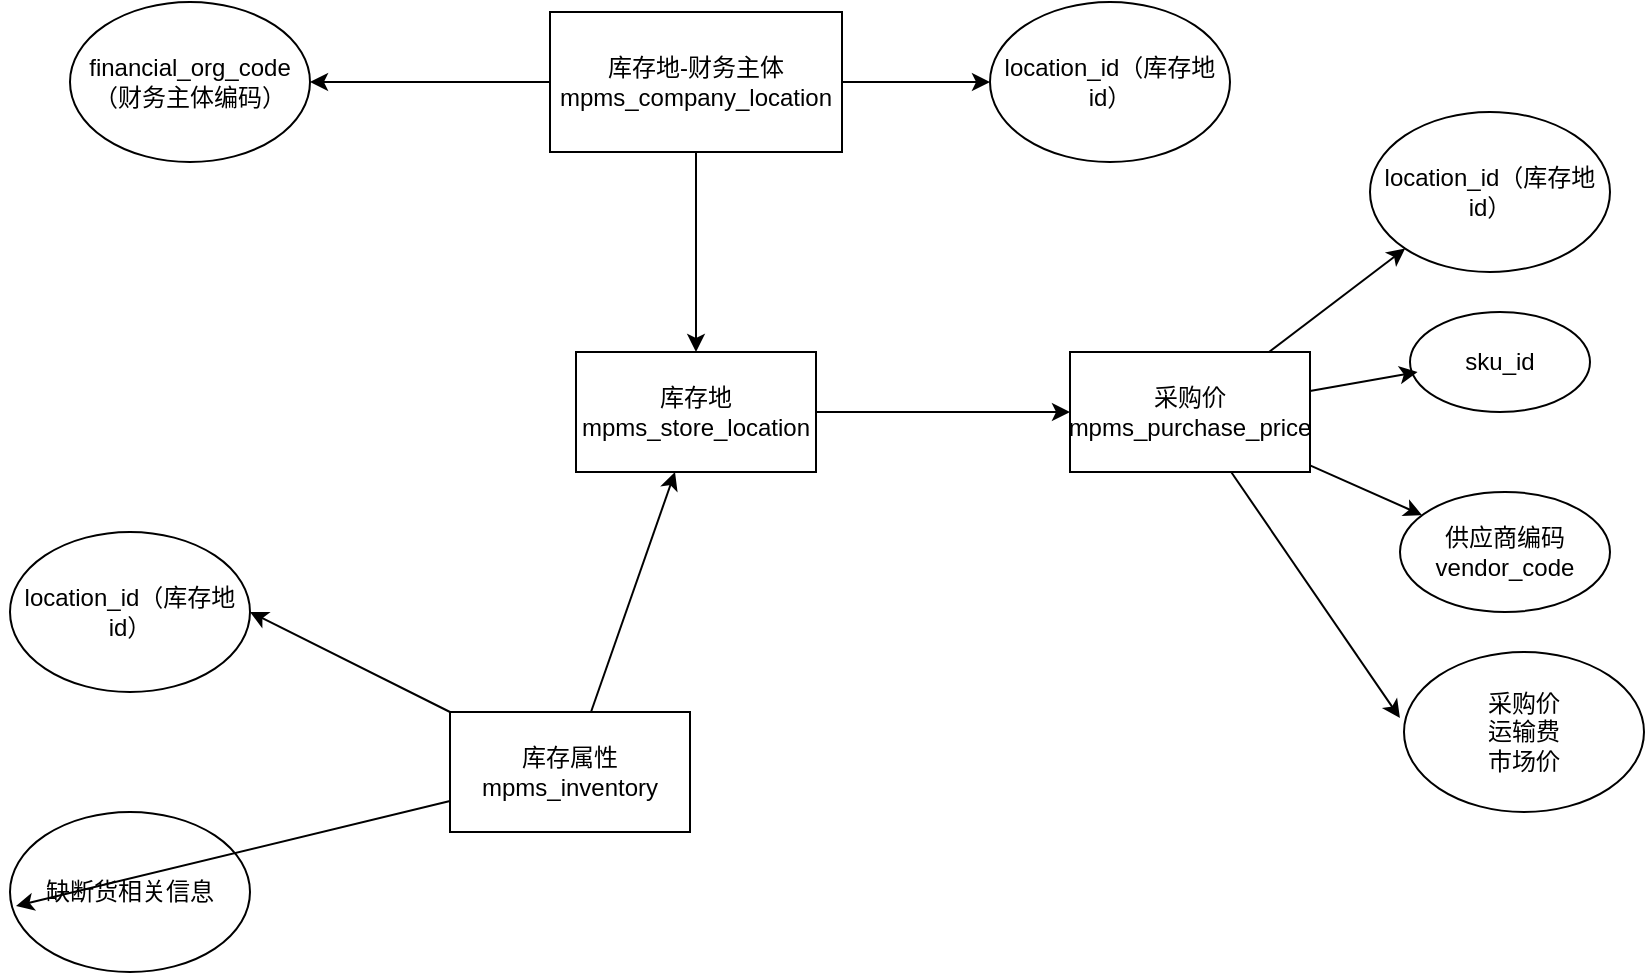
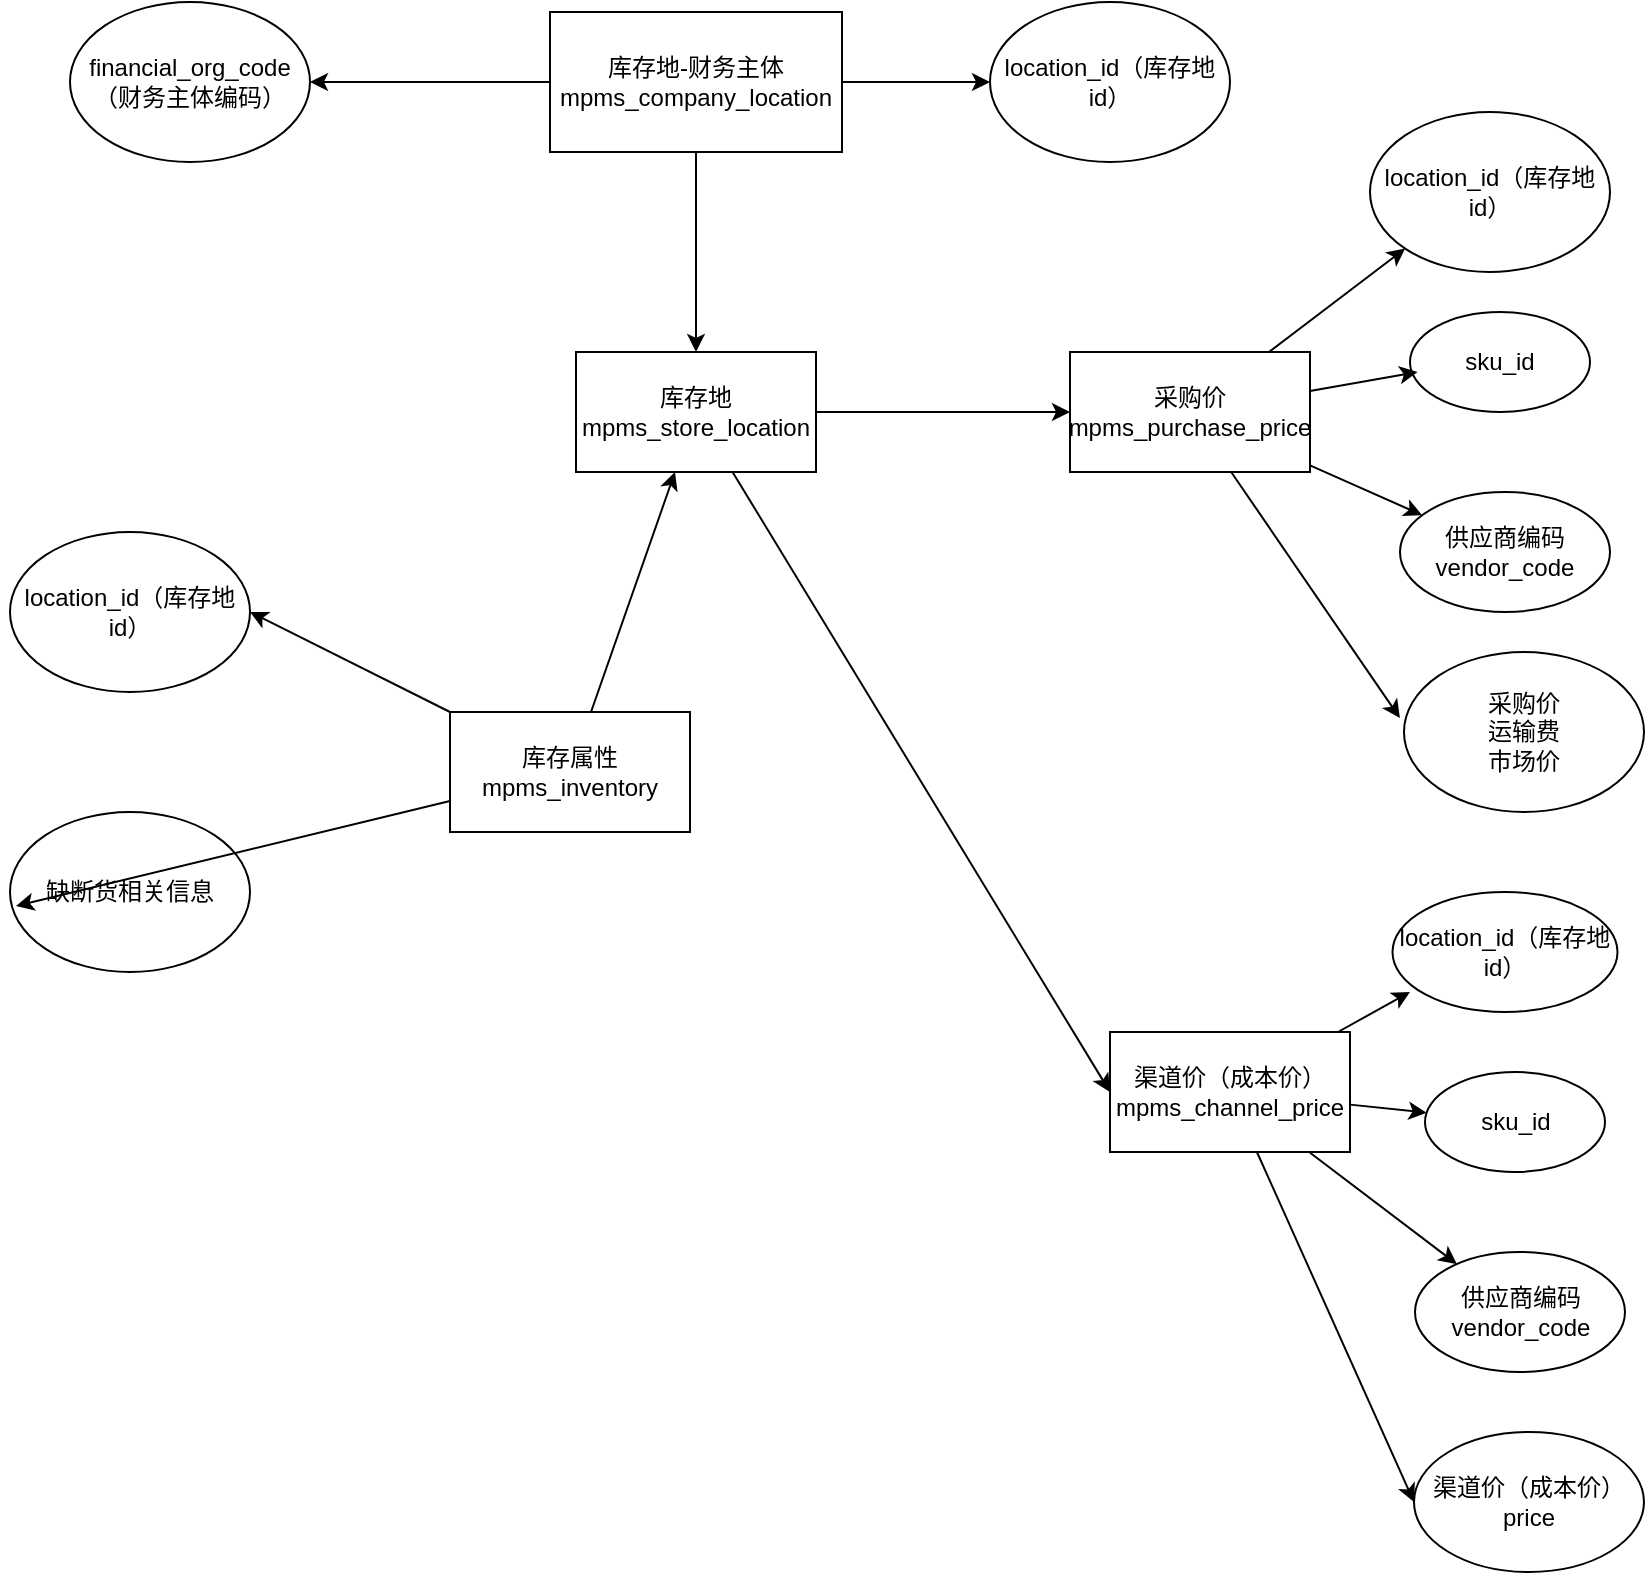
<mxfile host="app.diagrams.net">
  <diagram name="第 1 页" id="_-H1i7JenuiPokZSvulY">
    <mxGraphModel dx="1006" dy="593" grid="1" gridSize="10" guides="1" tooltips="1" connect="1" arrows="1" fold="1" page="1" pageScale="1" pageWidth="827" pageHeight="1169" math="0" shadow="0">
      <root>
        <mxCell id="0" />
        <mxCell id="1" parent="0" />
        <mxCell id="jKAomShpNNPLITlztvu1-15" edge="1" parent="1" source="jKAomShpNNPLITlztvu1-1" style="rounded=0;orthogonalLoop=1;jettySize=auto;html=1;entryX=0;entryY=0.5;entryDx=0;entryDy=0;" target="jKAomShpNNPLITlztvu1-14">
+           <mxGeometry relative="1" as="geometry" />
+         </mxCell>
+         <mxCell id="_Bje_9z_HBgtsjj9f77f-2" edge="1" parent="1" source="jKAomShpNNPLITlztvu1-1" style="rounded=0;orthogonalLoop=1;jettySize=auto;html=1;entryX=0;entryY=0.5;entryDx=0;entryDy=0;" target="_Bje_9z_HBgtsjj9f77f-1">
          <mxGeometry relative="1" as="geometry" />
        </mxCell>
        <mxCell id="jKAomShpNNPLITlztvu1-1" parent="1" style="rounded=0;whiteSpace=wrap;html=1;" value="库存地mpms_store_location" vertex="1">
          <mxGeometry height="60" width="120" x="293" y="180" as="geometry" />
        </mxCell>
        <mxCell id="jKAomShpNNPLITlztvu1-4" edge="1" parent="1" source="jKAomShpNNPLITlztvu1-2" style="rounded=0;orthogonalLoop=1;jettySize=auto;html=1;" target="jKAomShpNNPLITlztvu1-3">
          <mxGeometry relative="1" as="geometry" />
        </mxCell>
        <mxCell id="jKAomShpNNPLITlztvu1-6" edge="1" parent="1" source="jKAomShpNNPLITlztvu1-2" style="edgeStyle=orthogonalEdgeStyle;rounded=0;orthogonalLoop=1;jettySize=auto;html=1;entryX=1;entryY=0.5;entryDx=0;entryDy=0;" target="jKAomShpNNPLITlztvu1-5">
          <mxGeometry relative="1" as="geometry" />
        </mxCell>
        <mxCell id="jKAomShpNNPLITlztvu1-7" edge="1" parent="1" source="jKAomShpNNPLITlztvu1-2" style="rounded=0;orthogonalLoop=1;jettySize=auto;html=1;entryX=0.5;entryY=0;entryDx=0;entryDy=0;" target="jKAomShpNNPLITlztvu1-1">
          <mxGeometry relative="1" as="geometry" />
        </mxCell>
        <mxCell id="jKAomShpNNPLITlztvu1-2" parent="1" style="rounded=0;whiteSpace=wrap;html=1;" value="库存地-财务主体mpms_company_location" vertex="1">
          <mxGeometry height="70" width="146" x="280" y="10" as="geometry" />
        </mxCell>
        <mxCell id="jKAomShpNNPLITlztvu1-3" parent="1" style="ellipse;whiteSpace=wrap;html=1;" value="location_id（库存地id）" vertex="1">
          <mxGeometry height="80" width="120" x="500" y="5" as="geometry" />
        </mxCell>
        <mxCell id="jKAomShpNNPLITlztvu1-5" parent="1" style="ellipse;whiteSpace=wrap;html=1;" value="financial_org_code（财务主体编码）" vertex="1">
          <mxGeometry height="80" width="120" x="40" y="5" as="geometry" />
        </mxCell>
        <mxCell id="jKAomShpNNPLITlztvu1-10" edge="1" parent="1" source="jKAomShpNNPLITlztvu1-8" style="rounded=0;orthogonalLoop=1;jettySize=auto;html=1;entryX=1;entryY=0.5;entryDx=0;entryDy=0;" target="jKAomShpNNPLITlztvu1-9">
          <mxGeometry relative="1" as="geometry" />
        </mxCell>
        <mxCell id="jKAomShpNNPLITlztvu1-11" edge="1" parent="1" source="jKAomShpNNPLITlztvu1-8" style="rounded=0;orthogonalLoop=1;jettySize=auto;html=1;" target="jKAomShpNNPLITlztvu1-1">
          <mxGeometry relative="1" as="geometry" />
        </mxCell>
        <mxCell id="jKAomShpNNPLITlztvu1-8" parent="1" style="rounded=0;whiteSpace=wrap;html=1;" value="库存属性mpms_inventory" vertex="1">
          <mxGeometry height="60" width="120" x="230" y="360" as="geometry" />
        </mxCell>
        <mxCell id="jKAomShpNNPLITlztvu1-9" parent="1" style="ellipse;whiteSpace=wrap;html=1;" value="location_id（库存地id）" vertex="1">
          <mxGeometry height="80" width="120" x="10" y="270" as="geometry" />
        </mxCell>
        <mxCell id="jKAomShpNNPLITlztvu1-12" parent="1" style="ellipse;whiteSpace=wrap;html=1;" value="缺断货相关信息" vertex="1">
          <mxGeometry height="80" width="120" x="10" y="410" as="geometry" />
        </mxCell>
        <mxCell id="jKAomShpNNPLITlztvu1-13" edge="1" parent="1" source="jKAomShpNNPLITlztvu1-8" style="rounded=0;orthogonalLoop=1;jettySize=auto;html=1;entryX=0.025;entryY=0.588;entryDx=0;entryDy=0;entryPerimeter=0;" target="jKAomShpNNPLITlztvu1-12">
          <mxGeometry relative="1" as="geometry" />
        </mxCell>
        <mxCell id="jKAomShpNNPLITlztvu1-17" edge="1" parent="1" source="jKAomShpNNPLITlztvu1-14" style="rounded=0;orthogonalLoop=1;jettySize=auto;html=1;entryX=0;entryY=1;entryDx=0;entryDy=0;" target="jKAomShpNNPLITlztvu1-16">
          <mxGeometry relative="1" as="geometry" />
        </mxCell>
        <mxCell id="jKAomShpNNPLITlztvu1-22" edge="1" parent="1" source="jKAomShpNNPLITlztvu1-14" style="rounded=0;orthogonalLoop=1;jettySize=auto;html=1;" target="jKAomShpNNPLITlztvu1-21">
          <mxGeometry relative="1" as="geometry" />
        </mxCell>
        <mxCell id="jKAomShpNNPLITlztvu1-14" parent="1" style="rounded=0;whiteSpace=wrap;html=1;" value="采购价mpms_purchase_price" vertex="1">
          <mxGeometry height="60" width="120" x="540" y="180" as="geometry" />
        </mxCell>
        <mxCell id="jKAomShpNNPLITlztvu1-16" parent="1" style="ellipse;whiteSpace=wrap;html=1;" value="location_id（库存地id）" vertex="1">
          <mxGeometry height="80" width="120" x="690" y="60" as="geometry" />
        </mxCell>
        <mxCell id="jKAomShpNNPLITlztvu1-18" parent="1" style="ellipse;whiteSpace=wrap;html=1;" value="sku_id" vertex="1">
          <mxGeometry height="50" width="90" x="710" y="160" as="geometry" />
        </mxCell>
        <mxCell id="jKAomShpNNPLITlztvu1-19" edge="1" parent="1" source="jKAomShpNNPLITlztvu1-14" style="rounded=0;orthogonalLoop=1;jettySize=auto;html=1;entryX=0.042;entryY=0.6;entryDx=0;entryDy=0;entryPerimeter=0;" target="jKAomShpNNPLITlztvu1-18">
          <mxGeometry relative="1" as="geometry" />
        </mxCell>
        <mxCell id="jKAomShpNNPLITlztvu1-21" parent="1" style="ellipse;whiteSpace=wrap;html=1;" value="供应商编码vendor_code" vertex="1">
          <mxGeometry height="60" width="105" x="705" y="250" as="geometry" />
        </mxCell>
        <mxCell id="jKAomShpNNPLITlztvu1-23" parent="1" style="ellipse;whiteSpace=wrap;html=1;" value="采购价&lt;br&gt;运输费&lt;br&gt;市场价" vertex="1">
          <mxGeometry height="80" width="120" x="707" y="330" as="geometry" />
        </mxCell>
        <mxCell id="jKAomShpNNPLITlztvu1-25" edge="1" parent="1" source="jKAomShpNNPLITlztvu1-14" style="rounded=0;orthogonalLoop=1;jettySize=auto;html=1;entryX=-0.017;entryY=0.413;entryDx=0;entryDy=0;entryPerimeter=0;" target="jKAomShpNNPLITlztvu1-23">
          <mxGeometry relative="1" as="geometry" />
        </mxCell>
+         <mxCell id="_Bje_9z_HBgtsjj9f77f-7" edge="1" parent="1" source="_Bje_9z_HBgtsjj9f77f-1" style="rounded=0;orthogonalLoop=1;jettySize=auto;html=1;" target="_Bje_9z_HBgtsjj9f77f-4">
+           <mxGeometry relative="1" as="geometry" />
+         </mxCell>
+         <mxCell id="_Bje_9z_HBgtsjj9f77f-8" edge="1" parent="1" source="_Bje_9z_HBgtsjj9f77f-1" style="rounded=0;orthogonalLoop=1;jettySize=auto;html=1;" target="_Bje_9z_HBgtsjj9f77f-5">
+           <mxGeometry relative="1" as="geometry" />
+         </mxCell>
+         <mxCell id="_Bje_9z_HBgtsjj9f77f-10" edge="1" parent="1" source="_Bje_9z_HBgtsjj9f77f-1" style="rounded=0;orthogonalLoop=1;jettySize=auto;html=1;entryX=0;entryY=0.5;entryDx=0;entryDy=0;" target="_Bje_9z_HBgtsjj9f77f-9">
+           <mxGeometry relative="1" as="geometry" />
+         </mxCell>
+         <mxCell id="_Bje_9z_HBgtsjj9f77f-1" parent="1" style="rounded=0;whiteSpace=wrap;html=1;" value="渠道价（成本价）&lt;div&gt;mpms_channel_price&lt;/div&gt;" vertex="1">
+           <mxGeometry height="60" width="120" x="560" y="520" as="geometry" />
+         </mxCell>
+         <mxCell id="_Bje_9z_HBgtsjj9f77f-3" parent="1" style="ellipse;whiteSpace=wrap;html=1;" value="location_id（库存地id）" vertex="1">
+           <mxGeometry height="60" width="112.5" x="701.25" y="450" as="geometry" />
+         </mxCell>
+         <mxCell id="_Bje_9z_HBgtsjj9f77f-4" parent="1" style="ellipse;whiteSpace=wrap;html=1;" value="sku_id" vertex="1">
+           <mxGeometry height="50" width="90" x="717.5" y="540" as="geometry" />
+         </mxCell>
+         <mxCell id="_Bje_9z_HBgtsjj9f77f-5" parent="1" style="ellipse;whiteSpace=wrap;html=1;" value="供应商编码vendor_code" vertex="1">
+           <mxGeometry height="60" width="105" x="712.5" y="630" as="geometry" />
+         </mxCell>
+         <mxCell id="_Bje_9z_HBgtsjj9f77f-6" edge="1" parent="1" source="_Bje_9z_HBgtsjj9f77f-1" style="rounded=0;orthogonalLoop=1;jettySize=auto;html=1;entryX=0.078;entryY=0.833;entryDx=0;entryDy=0;entryPerimeter=0;" target="_Bje_9z_HBgtsjj9f77f-3">
+           <mxGeometry relative="1" as="geometry" />
+         </mxCell>
+         <mxCell id="_Bje_9z_HBgtsjj9f77f-9" parent="1" style="ellipse;whiteSpace=wrap;html=1;" value="渠道价（成本价）&lt;div&gt;price&lt;/div&gt;" vertex="1">
+           <mxGeometry height="70" width="115" x="712" y="720" as="geometry" />
+         </mxCell>
      </root>
    </mxGraphModel>
  </diagram>
</mxfile>
